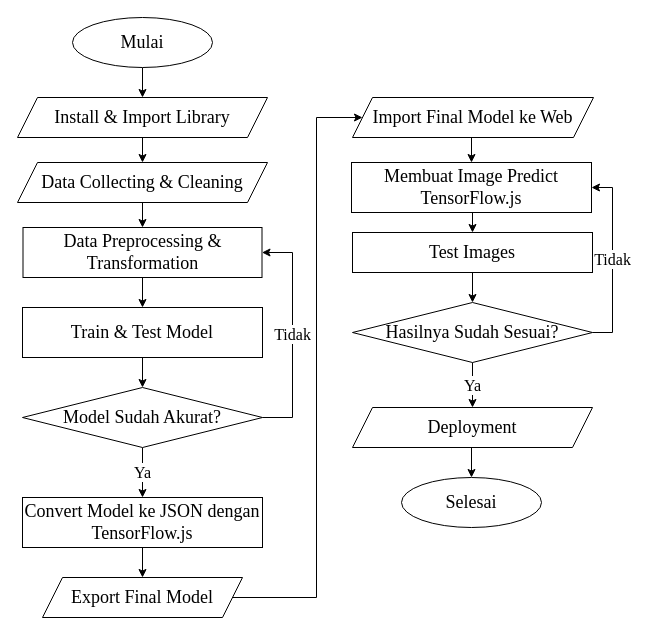
Above: CNN flowchart revisi 2 Diagram.drawio in virgiawankusuma/drawio-archive-skripsi (draw.io), before the change. Source tidied: cells renumbered, new cells numbered last; positions are measured from the earlier drawing's top-left corner, leaving out a move shared by most shapes. Both pictures are drawn from the tidied source at 100%, with x=0, y=0 at pixel (17, 17).
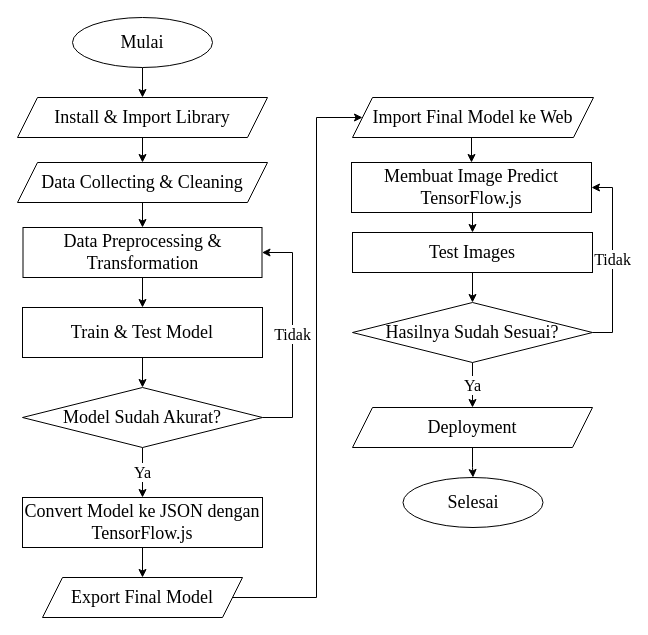
The same page after the edit.

Unchanged cells that the change refers to:
```xml
<mxCell id="25" value="Deployment" style="shape=parallelogram;perimeter=parallelogramPerimeter;whiteSpace=wrap;html=1;fixedSize=1;fontSize=18;fontFamily=Times New Roman;" parent="1" vertex="1">
  <mxGeometry x="335" y="390" width="240" height="40" as="geometry" />
</mxCell>
```

The edit, as a diff of the source:
```diff
@@
     <mxCell id="4" value="Selesai" style="ellipse;whiteSpace=wrap;html=1;fontSize=18;fontFamily=Times New Roman;" parent="1" vertex="1">
-      <mxGeometry x="384" y="460" width="140" height="50" as="geometry" />
+      <mxGeometry x="385.5" y="460" width="140" height="50" as="geometry" />
     </mxCell>
@@
-    <mxCell id="24" style="edgeStyle=orthogonalEdgeStyle;rounded=0;jettySize=auto;html=1;exitX=0.5;exitY=1;exitDx=0;exitDy=0;entryX=0.5;entryY=0;entryDx=0;entryDy=0;" parent="1" edge="1" source="25" target="4">
+    <mxCell id="24" style="edgeStyle=orthogonalEdgeStyle;rounded=0;jettySize=auto;html=1;exitX=0.5;exitY=1;exitDx=0;exitDy=0;" parent="1" edge="1" source="25" target="4">
       <mxGeometry relative="1" as="geometry" />
     </mxCell>
```
